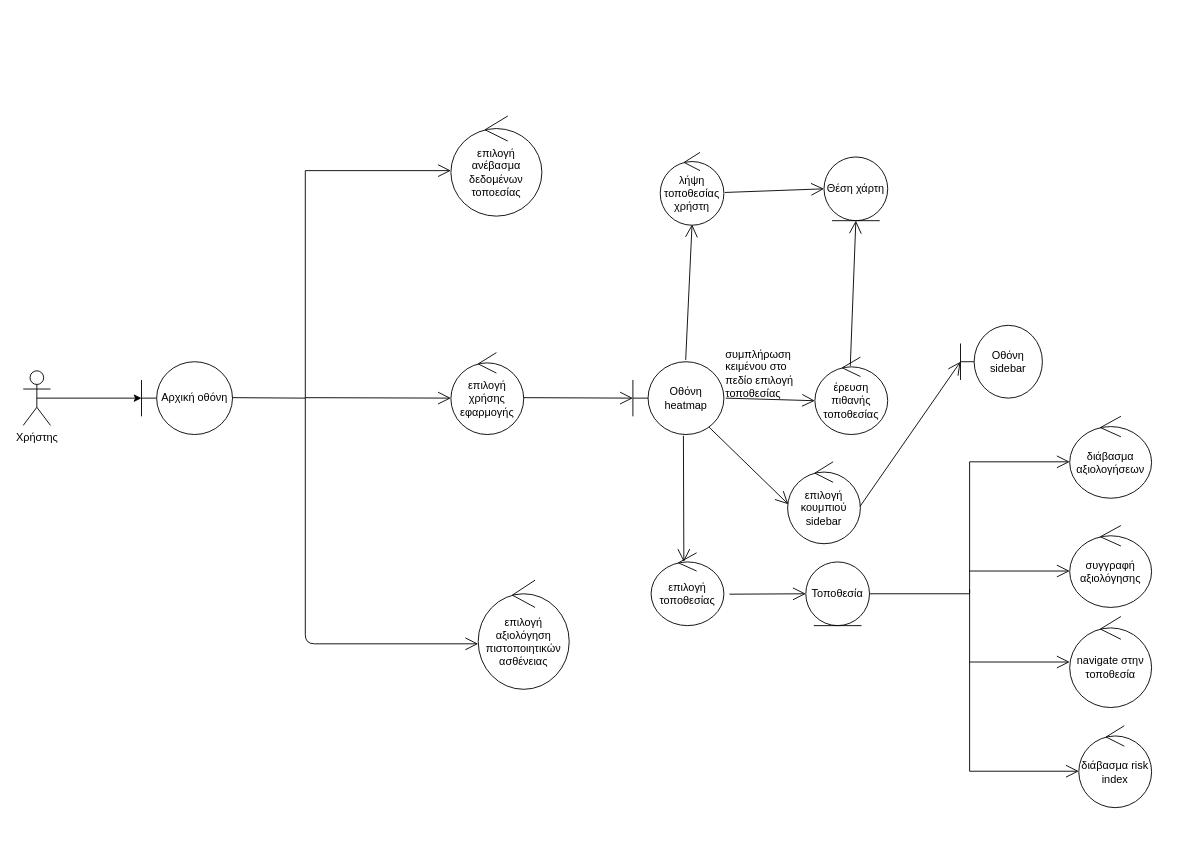
Mario-Sama/SoftEngProject2021 keeps this draw.io diagram as Documents/DrawioResources/3rd cycle/RobustnessHeatmap.drawio. Above is the earlier version. Source tidied: cells renumbered, new cells numbered last; positions are measured from the earlier drawing's top-left corner, leaving out a move shared by most shapes. Both pictures are drawn from the tidied source at 91%, with x=0, y=0 at pixel (23, 116).
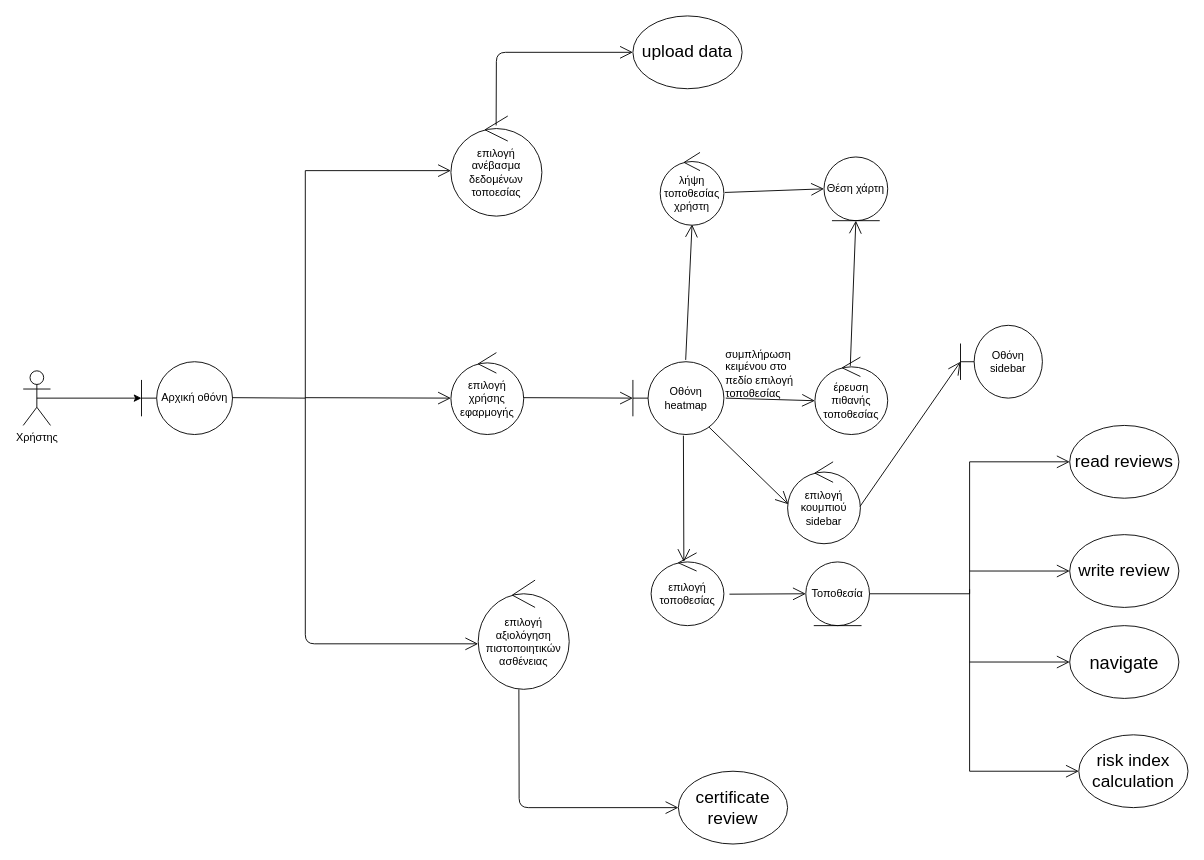
The same page after the edit.

The change refers to these unchanged cells:
```xml
<mxCell id="6" value="επιλογή ανέβασμα δεδομένων τοποεσίας" style="ellipse;shape=umlControl;whiteSpace=wrap;html=1;gradientColor=#ffffff;" parent="1" vertex="1">
  <mxGeometry x="470" width="100" height="110" as="geometry" />
</mxCell>
<mxCell id="8" value="επιλογή αξιολόγηση πιστοποιητικών ασθένειας" style="ellipse;shape=umlControl;whiteSpace=wrap;html=1;gradientColor=#ffffff;" parent="1" vertex="1">
  <mxGeometry x="500" y="510" width="100" height="120" as="geometry" />
</mxCell>
```

Diff of the diagram source:
```diff
@@
-    <mxCell id="27" value="διάβασμα αξιολογήσεων" style="ellipse;shape=umlControl;whiteSpace=wrap;html=1;gradientColor=#ffffff;" parent="1" vertex="1">
-      <mxGeometry x="1150" y="330" width="90" height="90" as="geometry" />
-    </mxCell>
@@
-    <mxCell id="29" value="συγγραφή αξιολόγησης" style="ellipse;shape=umlControl;whiteSpace=wrap;html=1;gradientColor=#ffffff;" parent="1" vertex="1">
-      <mxGeometry x="1150" y="450" width="90" height="90" as="geometry" />
-    </mxCell>
@@
-    <mxCell id="32" value="navigate στην τοποθεσία" style="ellipse;shape=umlControl;whiteSpace=wrap;html=1;gradientColor=#ffffff;" parent="1" vertex="1">
-      <mxGeometry x="1150" y="550" width="90" height="100" as="geometry" />
-    </mxCell>
@@
-    <mxCell id="34" value="διάβασμα risk index" style="ellipse;shape=umlControl;whiteSpace=wrap;html=1;gradientColor=#ffffff;" parent="1" vertex="1">
-      <mxGeometry x="1160" y="670" width="80" height="90" as="geometry" />
-    </mxCell>
@@
+    <mxCell id="40" value="&lt;font style=&quot;font-size: 19px&quot;&gt;read reviews&lt;/font&gt;" style="ellipse;whiteSpace=wrap;html=1;" parent="1" vertex="1">
+      <mxGeometry x="1150" y="340" width="120" height="80" as="geometry" />
+    </mxCell>
+    <mxCell id="41" value="&lt;font style=&quot;font-size: 19px&quot;&gt;write review&lt;/font&gt;" style="ellipse;whiteSpace=wrap;html=1;" parent="1" vertex="1">
+      <mxGeometry x="1150" y="460" width="120" height="80" as="geometry" />
+    </mxCell>
+    <mxCell id="42" value="&lt;font style=&quot;font-size: 20px&quot;&gt;navigate&lt;/font&gt;" style="ellipse;whiteSpace=wrap;html=1;" parent="1" vertex="1">
+      <mxGeometry x="1150" y="560" width="120" height="80" as="geometry" />
+    </mxCell>
+    <mxCell id="43" value="&lt;font style=&quot;font-size: 19px&quot;&gt;risk index calculation&lt;/font&gt;" style="ellipse;whiteSpace=wrap;html=1;" parent="1" vertex="1">
+      <mxGeometry x="1160" y="680" width="120" height="80" as="geometry" />
+    </mxCell>
+    <mxCell id="44" style="endArrow=open;endFill=1;endSize=12;html=1;exitX=0.497;exitY=0.094;exitDx=0;exitDy=0;exitPerimeter=0;" parent="1" edge="1" source="6">
+      <mxGeometry relative="1" as="geometry">
+        <mxPoint x="670" y="-70" as="targetPoint" />
+        <Array as="points">
+          <mxPoint x="520" y="-70" />
+        </Array>
+      </mxGeometry>
+    </mxCell>
+    <mxCell id="45" value="&lt;font style=&quot;font-size: 19px&quot;&gt;upload data&lt;/font&gt;" style="ellipse;whiteSpace=wrap;html=1;" parent="1" vertex="1">
+      <mxGeometry x="670" y="-110" width="120" height="80" as="geometry" />
+    </mxCell>
+    <mxCell id="46" style="endArrow=open;endFill=1;endSize=12;html=1;exitX=0.447;exitY=1;exitDx=0;exitDy=0;exitPerimeter=0;" parent="1" edge="1" source="8">
+      <mxGeometry relative="1" as="geometry">
+        <mxPoint x="720" y="760" as="targetPoint" />
+        <Array as="points">
+          <mxPoint x="545" y="760" />
+        </Array>
+      </mxGeometry>
+    </mxCell>
+    <mxCell id="47" value="&lt;font style=&quot;font-size: 19px&quot;&gt;certificate review&lt;/font&gt;" style="ellipse;whiteSpace=wrap;html=1;" parent="1" vertex="1">
+      <mxGeometry x="720" y="720" width="120" height="80" as="geometry" />
+    </mxCell>
```
